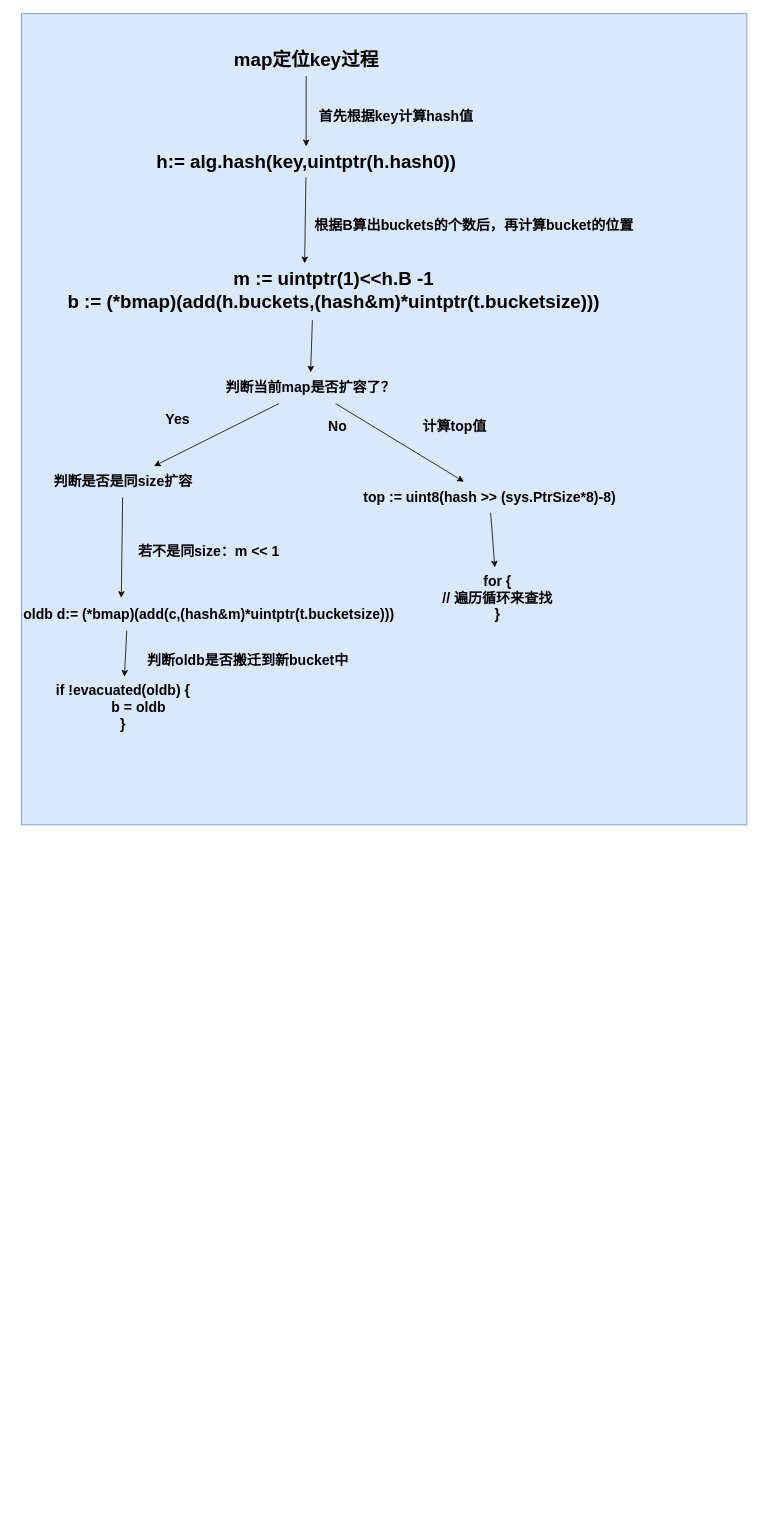
This is golang/Golang.drawio from Kiritoabc/drawio, a draw.io file, before an edit. Source tidied: cells renumbered, new cells numbered last; positions are measured from the earlier drawing's top-left corner, leaving out a move shared by most shapes. Both pictures are drawn from the tidied source at 78%, with x=0, y=0 at pixel (13, 13).
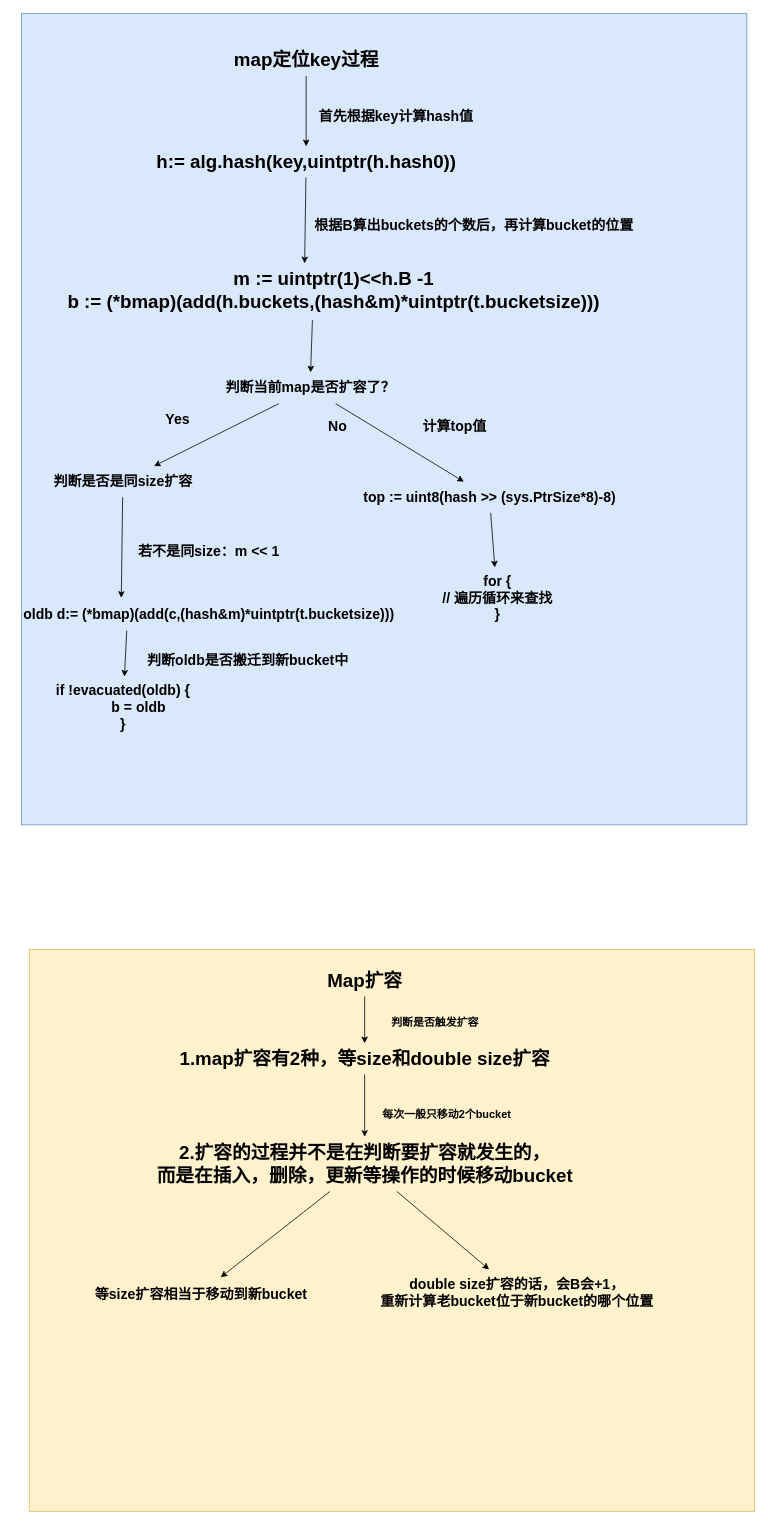
The same diagram, later.

Diff of the diagram source:
```diff
@@
+    <mxCell id="27" style="rounded=0;whiteSpace=wrap;html=1;fillColor=#fff2cc;strokeColor=#d6b656;" parent="1" vertex="1">
+      <mxGeometry x="20" y="1200" width="930" height="720" as="geometry" />
+    </mxCell>
+    <mxCell id="28" style="rounded=0;jettySize=auto;html=1;fontSize=24;" parent="1" edge="1" source="29" target="31">
+      <mxGeometry relative="1" as="geometry" />
+    </mxCell>
+    <mxCell id="29" value="&lt;b&gt;&lt;font style=&quot;font-size: 24px;&quot;&gt;Map扩容&lt;/font&gt;&lt;/b&gt;" style="text;html=1;align=center;verticalAlign=middle;points=[];fillColor=none;strokeColor=none;rounded=0;" parent="1" vertex="1">
+      <mxGeometry x="390" y="1220" width="120" height="40" as="geometry" />
+    </mxCell>
+    <mxCell id="30" style="edgeStyle=none;rounded=0;jettySize=auto;html=1;fontSize=18;" parent="1" edge="1" source="31" target="35">
+      <mxGeometry relative="1" as="geometry" />
+    </mxCell>
+    <mxCell id="31" value="&lt;b&gt;1.map扩容有2种，等size和double size扩容&lt;/b&gt;" style="text;html=1;align=center;verticalAlign=middle;points=[];fillColor=none;strokeColor=none;rounded=0;fontSize=24;" parent="1" vertex="1">
+      <mxGeometry x="200" y="1320" width="500" height="40" as="geometry" />
+    </mxCell>
+    <mxCell id="32" value="&lt;b&gt;&lt;font style=&quot;font-size: 14px;&quot;&gt;判断是否触发扩容&lt;/font&gt;&lt;/b&gt;" style="text;html=1;align=center;verticalAlign=middle;fillColor=none;strokeColor=none;rounded=0;fontSize=24;" parent="1" vertex="1">
+      <mxGeometry x="470" y="1270" width="140" height="40" as="geometry" />
+    </mxCell>
+    <mxCell id="33" style="edgeStyle=none;rounded=0;jettySize=auto;html=1;fontSize=18;" parent="1" edge="1" source="35" target="37">
+      <mxGeometry relative="1" as="geometry" />
+    </mxCell>
+    <mxCell id="34" style="edgeStyle=none;rounded=0;jettySize=auto;html=1;fontSize=18;" parent="1" edge="1" source="35" target="38">
+      <mxGeometry relative="1" as="geometry" />
+    </mxCell>
+    <mxCell id="35" value="&lt;b&gt;&lt;font style=&quot;font-size: 24px;&quot;&gt;2.扩容的过程并不是在判断要扩容就发生的，&lt;br&gt;而是在插入，删除，更新等操作的时候移动bucket&lt;/font&gt;&lt;/b&gt;" style="text;html=1;align=center;verticalAlign=middle;points=[];fillColor=none;strokeColor=none;rounded=0;fontSize=14;" parent="1" vertex="1">
+      <mxGeometry x="170" y="1440" width="560" height="70" as="geometry" />
+    </mxCell>
+    <mxCell id="36" value="&lt;b&gt;&lt;font style=&quot;font-size: 14px;&quot;&gt;每次一般只移动2个bucket&lt;/font&gt;&lt;/b&gt;" style="text;html=1;align=center;verticalAlign=middle;fillColor=none;strokeColor=none;rounded=0;fontSize=18;" parent="1" vertex="1">
+      <mxGeometry x="460" y="1390" width="190" height="40" as="geometry" />
+    </mxCell>
+    <mxCell id="37" value="&lt;b&gt;&lt;font style=&quot;font-size: 18px;&quot;&gt;等size扩容相当于移动到新bucket&lt;/font&gt;&lt;/b&gt;" style="text;html=1;align=center;verticalAlign=middle;points=[];fillColor=none;strokeColor=none;rounded=0;fontSize=24;" parent="1" vertex="1">
+      <mxGeometry x="90" y="1620" width="300" height="40" as="geometry" />
+    </mxCell>
+    <mxCell id="38" value="&lt;b&gt;double size扩容的话，会B会+1，&lt;br&gt;重新计算老bucket位于新bucket的哪个位置&lt;/b&gt;" style="text;html=1;align=center;verticalAlign=middle;points=[];fillColor=none;strokeColor=none;rounded=0;fontSize=18;" parent="1" vertex="1">
+      <mxGeometry x="460" y="1610" width="370" height="60" as="geometry" />
+    </mxCell>
```
